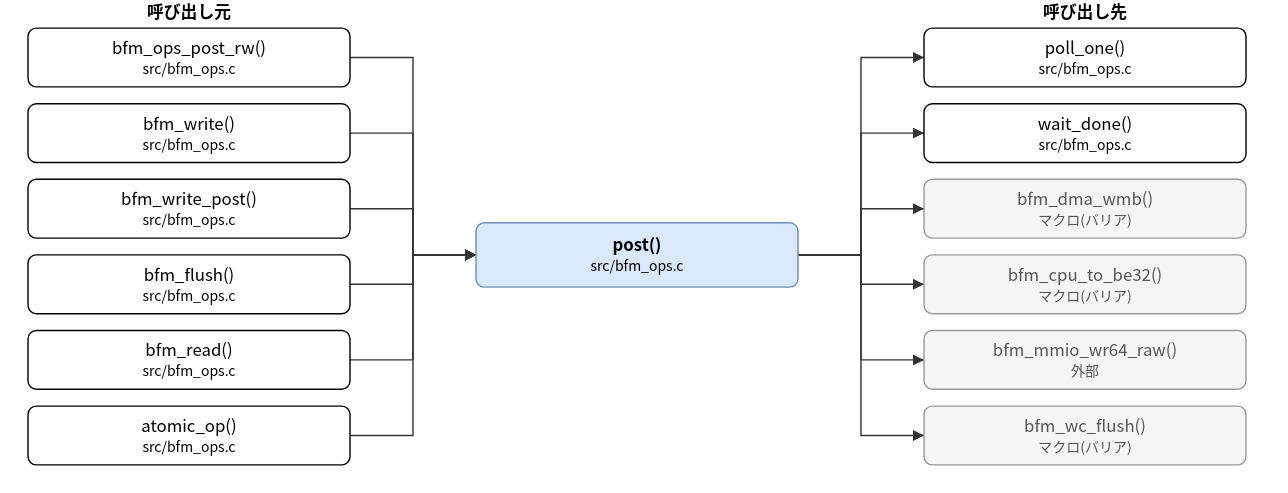
hf355051012-ai/bfmem keeps this draw.io diagram as doc/spec/images/call_src_bfm_ops-post.drawio.svg. Above is the earlier version. Source tidied: cells renumbered, new cells last; positions are measured from the earlier drawing's top-left corner, leaving out a move shared by most shapes.
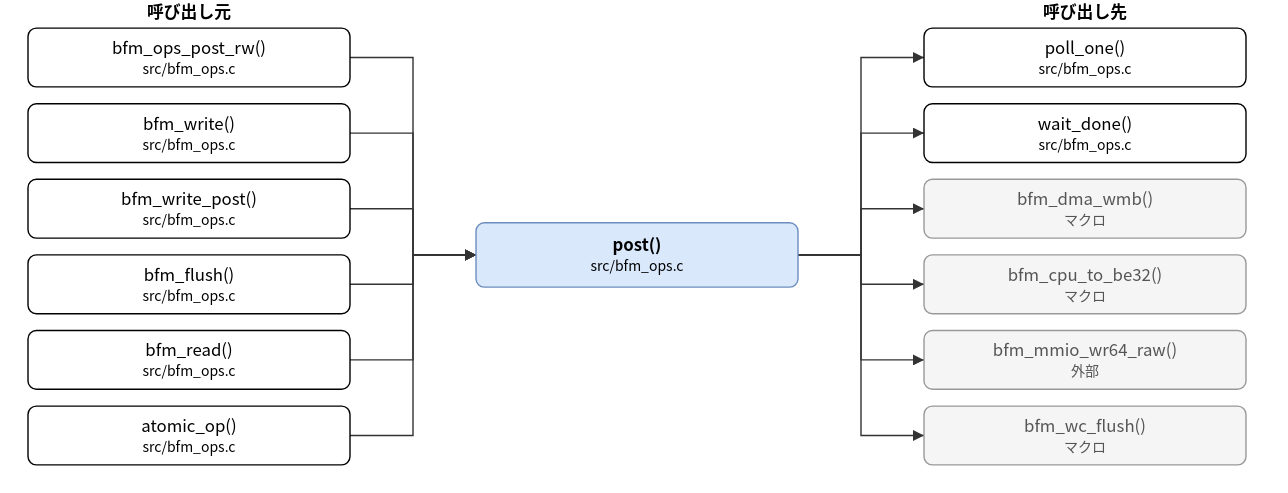
The same file after the commit.

What changed in the source:
```diff
@@ -29,16 +29,16 @@
     <mxCell id="10" value="wait_done()&lt;br&gt;&lt;font style=&quot;font-size:10px&quot;&gt;src/bfm_ops.c&lt;/font&gt;" style="rounded=1;whiteSpace=wrap;html=1;" parent="1" vertex="1">
       <mxGeometry x="640" y="74" width="230" height="42" as="geometry" />
     </mxCell>
-    <mxCell id="11" value="bfm_dma_wmb()&lt;br&gt;&lt;font style=&quot;font-size:10px&quot;&gt;マクロ(バリア)&lt;/font&gt;" style="rounded=1;whiteSpace=wrap;html=1;fillColor=#f5f5f5;strokeColor=#999999;fontColor=#555555;" parent="1" vertex="1">
+    <mxCell id="11" value="bfm_dma_wmb()&lt;br&gt;&lt;font style=&quot;font-size:10px&quot;&gt;マクロ&lt;/font&gt;" style="rounded=1;whiteSpace=wrap;html=1;fillColor=#f5f5f5;strokeColor=#999999;fontColor=#555555;" parent="1" vertex="1">
       <mxGeometry x="640" y="128" width="230" height="42" as="geometry" />
     </mxCell>
-    <mxCell id="12" value="bfm_cpu_to_be32()&lt;br&gt;&lt;font style=&quot;font-size:10px&quot;&gt;マクロ(バリア)&lt;/font&gt;" style="rounded=1;whiteSpace=wrap;html=1;fillColor=#f5f5f5;strokeColor=#999999;fontColor=#555555;" parent="1" vertex="1">
+    <mxCell id="12" value="bfm_cpu_to_be32()&lt;br&gt;&lt;font style=&quot;font-size:10px&quot;&gt;マクロ&lt;/font&gt;" style="rounded=1;whiteSpace=wrap;html=1;fillColor=#f5f5f5;strokeColor=#999999;fontColor=#555555;" parent="1" vertex="1">
       <mxGeometry x="640" y="182" width="230" height="42" as="geometry" />
     </mxCell>
     <mxCell id="13" value="bfm_mmio_wr64_raw()&lt;br&gt;&lt;font style=&quot;font-size:10px&quot;&gt;外部&lt;/font&gt;" style="rounded=1;whiteSpace=wrap;html=1;fillColor=#f5f5f5;strokeColor=#999999;fontColor=#555555;" parent="1" vertex="1">
       <mxGeometry x="640" y="236" width="230" height="42" as="geometry" />
     </mxCell>
-    <mxCell id="14" value="bfm_wc_flush()&lt;br&gt;&lt;font style=&quot;font-size:10px&quot;&gt;マクロ(バリア)&lt;/font&gt;" style="rounded=1;whiteSpace=wrap;html=1;fillColor=#f5f5f5;strokeColor=#999999;fontColor=#555555;" parent="1" vertex="1">
+    <mxCell id="14" value="bfm_wc_flush()&lt;br&gt;&lt;font style=&quot;font-size:10px&quot;&gt;マクロ&lt;/font&gt;" style="rounded=1;whiteSpace=wrap;html=1;fillColor=#f5f5f5;strokeColor=#999999;fontColor=#555555;" parent="1" vertex="1">
       <mxGeometry x="640" y="290" width="230" height="42" as="geometry" />
     </mxCell>
     <mxCell id="15" style="edgeStyle=none;html=1;rounded=0;endArrow=block;endFill=1;exitX=1.0000;exitY=0.5000;exitDx=0;exitDy=0;exitPerimeter=0;entryX=0.0000;entryY=0.5000;entryDx=0;entryDy=0;entryPerimeter=0;" parent="1" edge="1" source="3" target="2">
```
